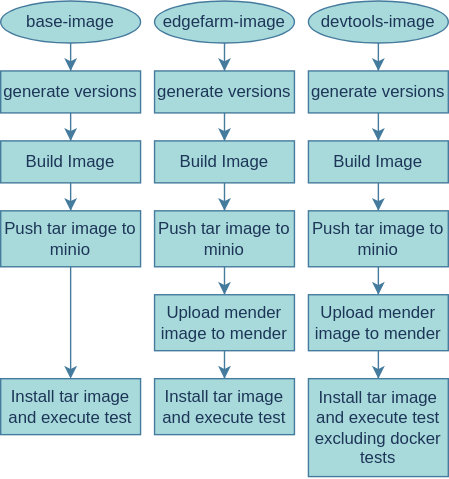
ci4rail/yocto-images keeps this draw.io diagram as doc/yocto-images-pipelines.drawio.svg. Above is the earlier version. Source tidied: cells renumbered, new cells last; positions are measured from the earlier drawing's top-left corner, leaving out a move shared by most shapes. Source of this version:
```xml
<mxGraphModel>
  <root>
    <mxCell id="0" />
    <mxCell id="1" parent="0" />
    <mxCell id="2" style="edgeStyle=orthogonalEdgeStyle;rounded=0;jettySize=auto;html=1;entryX=0.5;entryY=0;entryDx=0;entryDy=0;labelBackgroundColor=#F1FAEE;strokeColor=#457B9D;fontColor=#1D3557;" parent="1" edge="1" source="3" target="9">
      <mxGeometry relative="1" as="geometry" />
    </mxCell>
    <mxCell id="3" value="base-image" style="ellipse;whiteSpace=wrap;html=1;fillColor=#A8DADC;strokeColor=#457B9D;fontColor=#1D3557;" parent="1" vertex="1">
      <mxGeometry width="100" height="30" as="geometry" />
    </mxCell>
    <mxCell id="4" style="edgeStyle=orthogonalEdgeStyle;rounded=0;jettySize=auto;html=1;labelBackgroundColor=#F1FAEE;strokeColor=#457B9D;fontColor=#1D3557;" parent="1" edge="1" source="5" target="11">
      <mxGeometry relative="1" as="geometry" />
    </mxCell>
    <mxCell id="5" value="edgefarm-image" style="ellipse;whiteSpace=wrap;html=1;fillColor=#A8DADC;strokeColor=#457B9D;fontColor=#1D3557;" parent="1" vertex="1">
      <mxGeometry x="110" width="100" height="30" as="geometry" />
    </mxCell>
    <mxCell id="6" style="edgeStyle=orthogonalEdgeStyle;rounded=0;jettySize=auto;html=1;entryX=0.5;entryY=0;entryDx=0;entryDy=0;labelBackgroundColor=#F1FAEE;strokeColor=#457B9D;fontColor=#1D3557;" parent="1" edge="1" source="7" target="13">
      <mxGeometry relative="1" as="geometry" />
    </mxCell>
    <mxCell id="7" value="devtools-image" style="ellipse;whiteSpace=wrap;html=1;fillColor=#A8DADC;strokeColor=#457B9D;fontColor=#1D3557;" parent="1" vertex="1">
      <mxGeometry x="220" width="100" height="30" as="geometry" />
    </mxCell>
    <mxCell id="8" style="edgeStyle=orthogonalEdgeStyle;rounded=0;jettySize=auto;html=1;entryX=0.5;entryY=0;entryDx=0;entryDy=0;labelBackgroundColor=#F1FAEE;strokeColor=#457B9D;fontColor=#1D3557;" parent="1" edge="1" source="9" target="15">
      <mxGeometry relative="1" as="geometry" />
    </mxCell>
    <mxCell id="9" value="generate versions" style="rounded=0;whiteSpace=wrap;html=1;fillColor=#A8DADC;strokeColor=#457B9D;fontColor=#1D3557;" parent="1" vertex="1">
      <mxGeometry y="50" width="100" height="30" as="geometry" />
    </mxCell>
    <mxCell id="10" style="edgeStyle=orthogonalEdgeStyle;rounded=0;jettySize=auto;html=1;labelBackgroundColor=#F1FAEE;strokeColor=#457B9D;fontColor=#1D3557;" parent="1" edge="1" source="11" target="17">
      <mxGeometry relative="1" as="geometry" />
    </mxCell>
    <mxCell id="11" value="generate&amp;nbsp;versions" style="rounded=0;whiteSpace=wrap;html=1;fillColor=#A8DADC;strokeColor=#457B9D;fontColor=#1D3557;" parent="1" vertex="1">
      <mxGeometry x="110" y="50" width="100" height="30" as="geometry" />
    </mxCell>
    <mxCell id="12" style="edgeStyle=orthogonalEdgeStyle;rounded=0;jettySize=auto;html=1;labelBackgroundColor=#F1FAEE;strokeColor=#457B9D;fontColor=#1D3557;" parent="1" edge="1" source="13" target="19">
      <mxGeometry relative="1" as="geometry" />
    </mxCell>
    <mxCell id="13" value="generate&amp;nbsp;versions" style="rounded=0;whiteSpace=wrap;html=1;fillColor=#A8DADC;strokeColor=#457B9D;fontColor=#1D3557;" parent="1" vertex="1">
      <mxGeometry x="220" y="50" width="100" height="30" as="geometry" />
    </mxCell>
    <mxCell id="14" style="edgeStyle=orthogonalEdgeStyle;rounded=0;jettySize=auto;html=1;labelBackgroundColor=#F1FAEE;strokeColor=#457B9D;fontColor=#1D3557;" parent="1" edge="1" source="15" target="21">
      <mxGeometry relative="1" as="geometry" />
    </mxCell>
    <mxCell id="15" value="Build Image" style="rounded=0;whiteSpace=wrap;html=1;fillColor=#A8DADC;strokeColor=#457B9D;fontColor=#1D3557;" parent="1" vertex="1">
      <mxGeometry y="100" width="100" height="30" as="geometry" />
    </mxCell>
    <mxCell id="16" style="edgeStyle=orthogonalEdgeStyle;rounded=0;jettySize=auto;html=1;entryX=0.5;entryY=0;entryDx=0;entryDy=0;labelBackgroundColor=#F1FAEE;strokeColor=#457B9D;fontColor=#1D3557;" parent="1" edge="1" source="17" target="23">
      <mxGeometry relative="1" as="geometry" />
    </mxCell>
    <mxCell id="17" value="Build Image" style="rounded=0;whiteSpace=wrap;html=1;fillColor=#A8DADC;strokeColor=#457B9D;fontColor=#1D3557;" parent="1" vertex="1">
      <mxGeometry x="110" y="100" width="100" height="30" as="geometry" />
    </mxCell>
    <mxCell id="18" style="edgeStyle=orthogonalEdgeStyle;rounded=0;jettySize=auto;html=1;labelBackgroundColor=#F1FAEE;strokeColor=#457B9D;fontColor=#1D3557;" parent="1" edge="1" source="19" target="25">
      <mxGeometry relative="1" as="geometry" />
    </mxCell>
    <mxCell id="19" value="Build Image" style="rounded=0;whiteSpace=wrap;html=1;fillColor=#A8DADC;strokeColor=#457B9D;fontColor=#1D3557;" parent="1" vertex="1">
      <mxGeometry x="220" y="100" width="100" height="30" as="geometry" />
    </mxCell>
    <mxCell id="20" style="edgeStyle=orthogonalEdgeStyle;rounded=0;jettySize=auto;html=1;labelBackgroundColor=#F1FAEE;strokeColor=#457B9D;fontColor=#1D3557;" parent="1" edge="1" source="21" target="30">
      <mxGeometry relative="1" as="geometry" />
    </mxCell>
    <mxCell id="21" value="Push tar image to minio" style="rounded=0;whiteSpace=wrap;html=1;fillColor=#A8DADC;strokeColor=#457B9D;fontColor=#1D3557;" parent="1" vertex="1">
      <mxGeometry y="150" width="100" height="40" as="geometry" />
    </mxCell>
    <mxCell id="22" style="edgeStyle=orthogonalEdgeStyle;rounded=0;jettySize=auto;html=1;labelBackgroundColor=#F1FAEE;strokeColor=#457B9D;fontColor=#1D3557;" parent="1" edge="1" source="23" target="27">
      <mxGeometry relative="1" as="geometry" />
    </mxCell>
    <mxCell id="23" value="Push tar image to minio" style="rounded=0;whiteSpace=wrap;html=1;fillColor=#A8DADC;strokeColor=#457B9D;fontColor=#1D3557;" parent="1" vertex="1">
      <mxGeometry x="110" y="150" width="100" height="40" as="geometry" />
    </mxCell>
    <mxCell id="24" style="edgeStyle=orthogonalEdgeStyle;rounded=0;jettySize=auto;html=1;entryX=0.5;entryY=0;entryDx=0;entryDy=0;labelBackgroundColor=#F1FAEE;strokeColor=#457B9D;fontColor=#1D3557;" parent="1" edge="1" source="25" target="29">
      <mxGeometry relative="1" as="geometry" />
    </mxCell>
    <mxCell id="25" value="Push tar image to minio" style="rounded=0;whiteSpace=wrap;html=1;fillColor=#A8DADC;strokeColor=#457B9D;fontColor=#1D3557;" parent="1" vertex="1">
      <mxGeometry x="220" y="150" width="100" height="40" as="geometry" />
    </mxCell>
    <mxCell id="26" style="edgeStyle=orthogonalEdgeStyle;rounded=0;jettySize=auto;html=1;labelBackgroundColor=#F1FAEE;strokeColor=#457B9D;fontColor=#1D3557;" parent="1" edge="1" source="27" target="31">
      <mxGeometry relative="1" as="geometry" />
    </mxCell>
    <mxCell id="27" value="Upload mender image to mender" style="rounded=0;whiteSpace=wrap;html=1;fillColor=#A8DADC;strokeColor=#457B9D;fontColor=#1D3557;" parent="1" vertex="1">
      <mxGeometry x="110" y="210" width="100" height="40" as="geometry" />
    </mxCell>
    <mxCell id="28" style="edgeStyle=orthogonalEdgeStyle;rounded=0;jettySize=auto;html=1;labelBackgroundColor=#F1FAEE;strokeColor=#457B9D;fontColor=#1D3557;" parent="1" edge="1" source="29" target="32">
      <mxGeometry relative="1" as="geometry" />
    </mxCell>
    <mxCell id="29" value="Upload mender image to mender" style="rounded=0;whiteSpace=wrap;html=1;fillColor=#A8DADC;strokeColor=#457B9D;fontColor=#1D3557;" parent="1" vertex="1">
      <mxGeometry x="220" y="210" width="100" height="40" as="geometry" />
    </mxCell>
    <mxCell id="30" value="Install tar image and execute test" style="rounded=0;whiteSpace=wrap;html=1;fillColor=#A8DADC;strokeColor=#457B9D;fontColor=#1D3557;" parent="1" vertex="1">
      <mxGeometry y="270" width="100" height="40" as="geometry" />
    </mxCell>
    <mxCell id="31" value="Install tar image and execute test" style="rounded=0;whiteSpace=wrap;html=1;fillColor=#A8DADC;strokeColor=#457B9D;fontColor=#1D3557;" parent="1" vertex="1">
      <mxGeometry x="110" y="270" width="100" height="40" as="geometry" />
    </mxCell>
    <mxCell id="32" value="Install tar image and execute test excluding docker tests" style="rounded=0;whiteSpace=wrap;html=1;fillColor=#A8DADC;strokeColor=#457B9D;fontColor=#1D3557;" parent="1" vertex="1">
      <mxGeometry x="220" y="270" width="100" height="70" as="geometry" />
    </mxCell>
  </root>
</mxGraphModel>
```
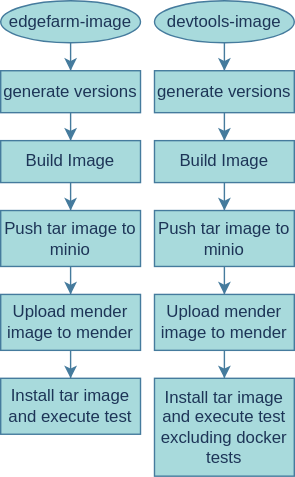
Above is the later version.

What changed in the source:
```diff
@@ -2,12 +2,6 @@
   <root>
     <mxCell id="0" />
     <mxCell id="1" parent="0" />
-    <mxCell id="2" style="edgeStyle=orthogonalEdgeStyle;rounded=0;jettySize=auto;html=1;entryX=0.5;entryY=0;entryDx=0;entryDy=0;labelBackgroundColor=#F1FAEE;strokeColor=#457B9D;fontColor=#1D3557;" parent="1" edge="1" source="3" target="9">
-      <mxGeometry relative="1" as="geometry" />
-    </mxCell>
-    <mxCell id="3" value="base-image" style="ellipse;whiteSpace=wrap;html=1;fillColor=#A8DADC;strokeColor=#457B9D;fontColor=#1D3557;" parent="1" vertex="1">
-      <mxGeometry width="100" height="30" as="geometry" />
-    </mxCell>
     <mxCell id="4" style="edgeStyle=orthogonalEdgeStyle;rounded=0;jettySize=auto;html=1;labelBackgroundColor=#F1FAEE;strokeColor=#457B9D;fontColor=#1D3557;" parent="1" edge="1" source="5" target="11">
       <mxGeometry relative="1" as="geometry" />
     </mxCell>
@@ -20,12 +14,6 @@
     <mxCell id="7" value="devtools-image" style="ellipse;whiteSpace=wrap;html=1;fillColor=#A8DADC;strokeColor=#457B9D;fontColor=#1D3557;" parent="1" vertex="1">
       <mxGeometry x="220" width="100" height="30" as="geometry" />
     </mxCell>
-    <mxCell id="8" style="edgeStyle=orthogonalEdgeStyle;rounded=0;jettySize=auto;html=1;entryX=0.5;entryY=0;entryDx=0;entryDy=0;labelBackgroundColor=#F1FAEE;strokeColor=#457B9D;fontColor=#1D3557;" parent="1" edge="1" source="9" target="15">
-      <mxGeometry relative="1" as="geometry" />
-    </mxCell>
-    <mxCell id="9" value="generate versions" style="rounded=0;whiteSpace=wrap;html=1;fillColor=#A8DADC;strokeColor=#457B9D;fontColor=#1D3557;" parent="1" vertex="1">
-      <mxGeometry y="50" width="100" height="30" as="geometry" />
-    </mxCell>
     <mxCell id="10" style="edgeStyle=orthogonalEdgeStyle;rounded=0;jettySize=auto;html=1;labelBackgroundColor=#F1FAEE;strokeColor=#457B9D;fontColor=#1D3557;" parent="1" edge="1" source="11" target="17">
       <mxGeometry relative="1" as="geometry" />
     </mxCell>
@@ -38,12 +26,6 @@
     <mxCell id="13" value="generate&amp;nbsp;versions" style="rounded=0;whiteSpace=wrap;html=1;fillColor=#A8DADC;strokeColor=#457B9D;fontColor=#1D3557;" parent="1" vertex="1">
       <mxGeometry x="220" y="50" width="100" height="30" as="geometry" />
     </mxCell>
-    <mxCell id="14" style="edgeStyle=orthogonalEdgeStyle;rounded=0;jettySize=auto;html=1;labelBackgroundColor=#F1FAEE;strokeColor=#457B9D;fontColor=#1D3557;" parent="1" edge="1" source="15" target="21">
-      <mxGeometry relative="1" as="geometry" />
-    </mxCell>
-    <mxCell id="15" value="Build Image" style="rounded=0;whiteSpace=wrap;html=1;fillColor=#A8DADC;strokeColor=#457B9D;fontColor=#1D3557;" parent="1" vertex="1">
-      <mxGeometry y="100" width="100" height="30" as="geometry" />
-    </mxCell>
     <mxCell id="16" style="edgeStyle=orthogonalEdgeStyle;rounded=0;jettySize=auto;html=1;entryX=0.5;entryY=0;entryDx=0;entryDy=0;labelBackgroundColor=#F1FAEE;strokeColor=#457B9D;fontColor=#1D3557;" parent="1" edge="1" source="17" target="23">
       <mxGeometry relative="1" as="geometry" />
     </mxCell>
@@ -56,12 +38,6 @@
     <mxCell id="19" value="Build Image" style="rounded=0;whiteSpace=wrap;html=1;fillColor=#A8DADC;strokeColor=#457B9D;fontColor=#1D3557;" parent="1" vertex="1">
       <mxGeometry x="220" y="100" width="100" height="30" as="geometry" />
     </mxCell>
-    <mxCell id="20" style="edgeStyle=orthogonalEdgeStyle;rounded=0;jettySize=auto;html=1;labelBackgroundColor=#F1FAEE;strokeColor=#457B9D;fontColor=#1D3557;" parent="1" edge="1" source="21" target="30">
-      <mxGeometry relative="1" as="geometry" />
-    </mxCell>
-    <mxCell id="21" value="Push tar image to minio" style="rounded=0;whiteSpace=wrap;html=1;fillColor=#A8DADC;strokeColor=#457B9D;fontColor=#1D3557;" parent="1" vertex="1">
-      <mxGeometry y="150" width="100" height="40" as="geometry" />
-    </mxCell>
     <mxCell id="22" style="edgeStyle=orthogonalEdgeStyle;rounded=0;jettySize=auto;html=1;labelBackgroundColor=#F1FAEE;strokeColor=#457B9D;fontColor=#1D3557;" parent="1" edge="1" source="23" target="27">
       <mxGeometry relative="1" as="geometry" />
     </mxCell>
@@ -86,9 +62,6 @@
     <mxCell id="29" value="Upload mender image to mender" style="rounded=0;whiteSpace=wrap;html=1;fillColor=#A8DADC;strokeColor=#457B9D;fontColor=#1D3557;" parent="1" vertex="1">
       <mxGeometry x="220" y="210" width="100" height="40" as="geometry" />
     </mxCell>
-    <mxCell id="30" value="Install tar image and execute test" style="rounded=0;whiteSpace=wrap;html=1;fillColor=#A8DADC;strokeColor=#457B9D;fontColor=#1D3557;" parent="1" vertex="1">
-      <mxGeometry y="270" width="100" height="40" as="geometry" />
-    </mxCell>
     <mxCell id="31" value="Install tar image and execute test" style="rounded=0;whiteSpace=wrap;html=1;fillColor=#A8DADC;strokeColor=#457B9D;fontColor=#1D3557;" parent="1" vertex="1">
       <mxGeometry x="110" y="270" width="100" height="40" as="geometry" />
     </mxCell>
```
